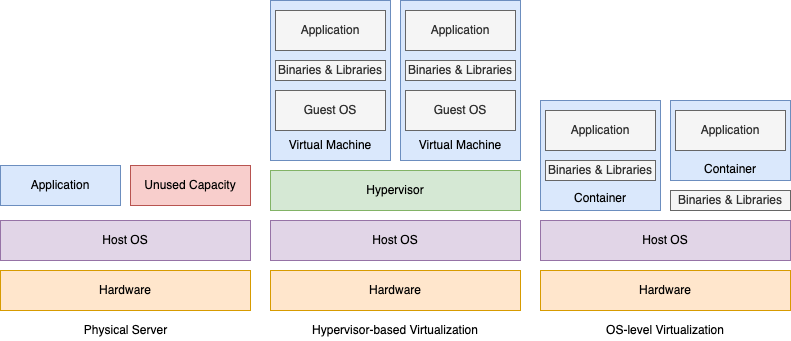
Before: LaTeX/images/VirtualizationTypes.png, a diagram exported from draw.io (markkuleppala/Thesis). Source tidied: cells renumbered, new cells last; positions are measured from the earlier drawing's top-left corner, leaving out a move shared by most shapes.
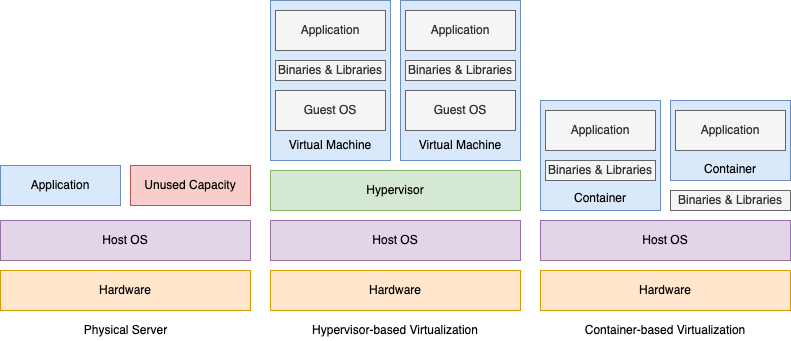
The same diagram one commit later.

The edit, as a diff of the source:
```diff
@@ -53,7 +53,7 @@
     <mxCell id="18" value="Host OS" style="rounded=0;whiteSpace=wrap;html=1;fillColor=#e1d5e7;strokeColor=#9673a6;" parent="1" vertex="1">
       <mxGeometry x="540" y="220" width="250" height="40" as="geometry" />
     </mxCell>
-    <mxCell id="19" value="OS-level Virtualization" style="text;html=1;strokeColor=none;fillColor=none;align=center;verticalAlign=middle;whiteSpace=wrap;rounded=0;" parent="1" vertex="1">
+    <mxCell id="19" value="Container-based Virtualization" style="text;html=1;strokeColor=none;fillColor=none;align=center;verticalAlign=middle;whiteSpace=wrap;rounded=0;" parent="1" vertex="1">
       <mxGeometry x="559.2" y="320" width="211.6" height="20" as="geometry" />
     </mxCell>
     <mxCell id="20" value="Binaries &amp;amp; Libraries" style="rounded=0;whiteSpace=wrap;html=1;fillColor=#f5f5f5;strokeColor=#666666;fontColor=#333333;" parent="1" vertex="1">
```
